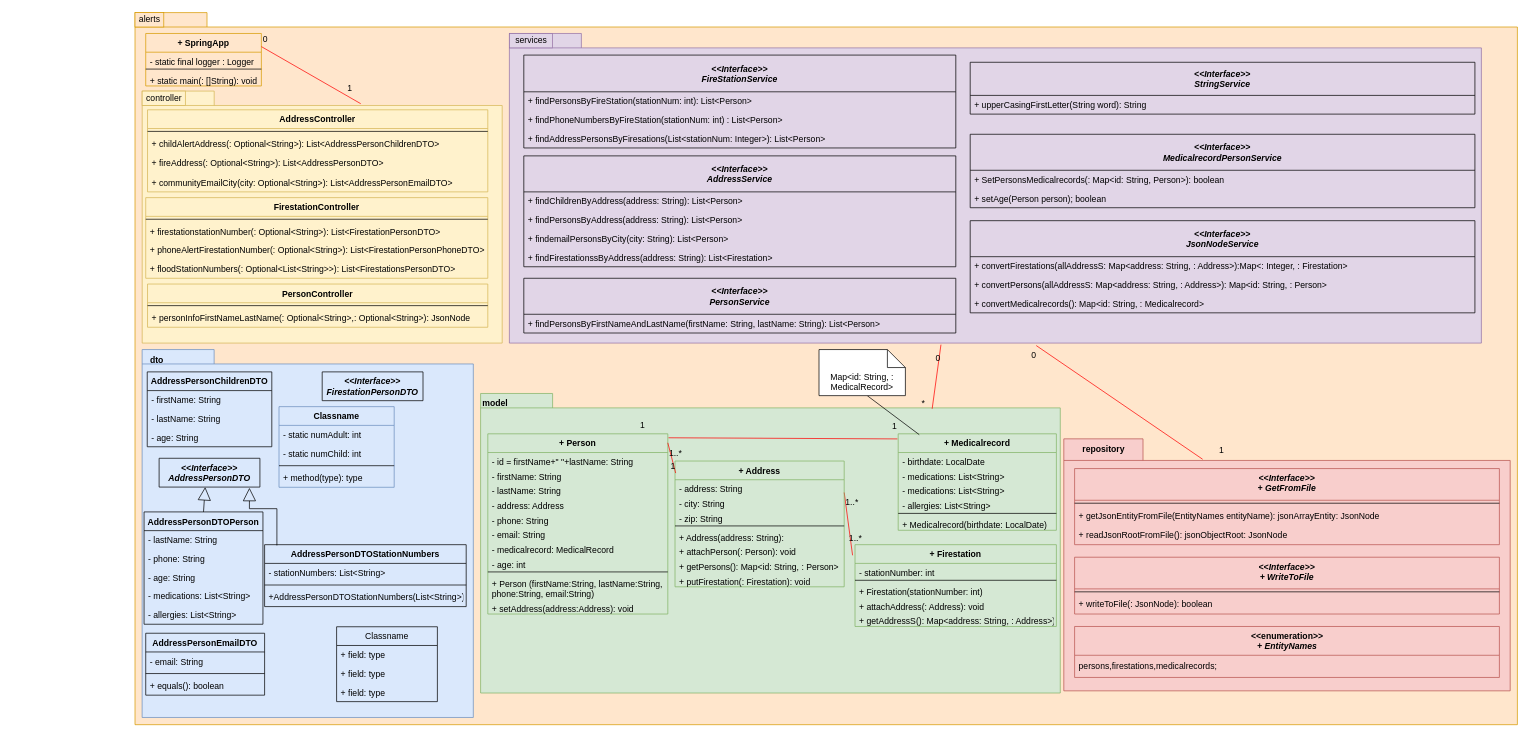
Before: page "ClassDiagram1" (1 of 2) of UML/classDiagram.drawio in andrechico999/https-github.com-emmo78-com.safetynet.alerts, a draw.io diagram. Source tidied: cells renumbered, new cells numbered last; positions are measured from the earlier drawing's top-left corner, leaving out a move shared by most shapes. Both pictures are drawn from the tidied source at 72%, with x=0, y=0 at pixel (120, 12).
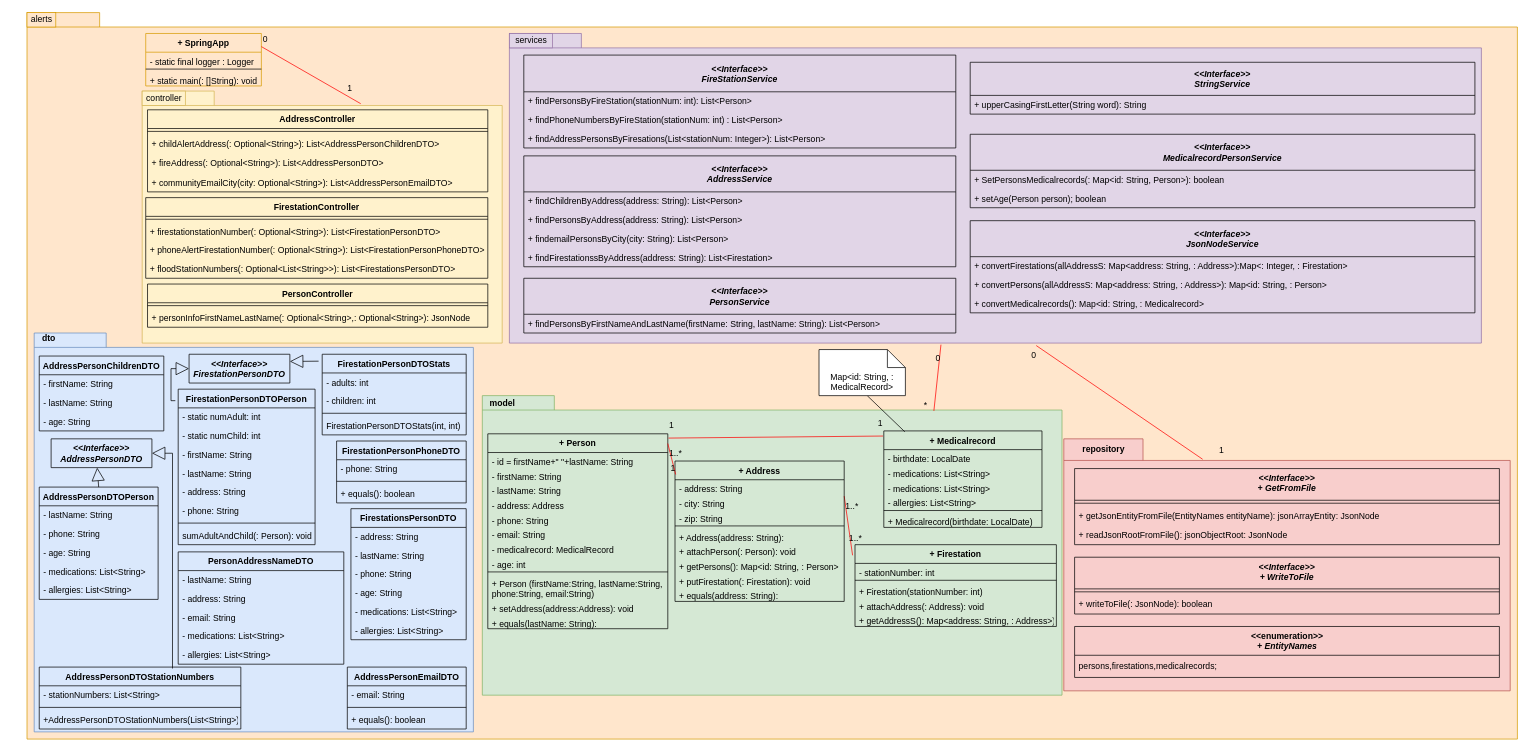
The same diagram, later.

Change to the diagram source:
```diff
@@
     <mxCell id="3" style="shape=folder;fontStyle=1;spacingTop=10;tabWidth=100;tabHeight=20;tabPosition=left;html=1;fillColor=#ffe6cc;strokeColor=#d79b00;" parent="1" vertex="1">
-      <mxGeometry x="20" width="1920" height="989" as="geometry" />
+      <mxGeometry x="-130" width="2070" height="1009" as="geometry" />
     </mxCell>
     <mxCell id="4" value="alerts" style="text;html=1;align=center;verticalAlign=middle;strokeColor=#d79b00;fillColor=#ffe6cc;gradientColor=none;glass=0;" parent="1" vertex="1">
-      <mxGeometry x="20" width="40" height="20" as="geometry" />
+      <mxGeometry x="-130" width="40" height="20" as="geometry" />
     </mxCell>
@@
     <mxCell id="12" style="shape=folder;fontStyle=1;spacingTop=10;tabWidth=100;tabHeight=20;tabPosition=left;html=1;fillColor=#d5e8d4;strokeColor=#82b366;" parent="1" vertex="1">
-      <mxGeometry x="500" y="529" width="805.1" height="416" as="geometry" />
+      <mxGeometry x="502.4" y="532" width="805.1" height="416" as="geometry" />
     </mxCell>
-    <mxCell id="13" value="+ Person" style="swimlane;fontStyle=1;align=center;verticalAlign=top;horizontal=1;startSize=26;fillColor=#d5e8d4;strokeColor=#82b366;" parent="1" vertex="1">
-      <mxGeometry x="510" y="585" width="250" height="250.3" as="geometry" />
+    <mxCell id="13" value="+ Person" style="swimlane;fontStyle=1;align=center;verticalAlign=top;horizontal=1;startSize=26;fillColor=#d5e8d4;strokeColor=#000000;" parent="1" vertex="1">
+      <mxGeometry x="510" y="585" width="250" height="270.7" as="geometry" />
     </mxCell>
@@
+    <mxCell id="146" value="+ equals(lastName: String):" style="text;strokeColor=none;fillColor=none;align=left;verticalAlign=top;spacingLeft=4;spacingRight=4;overflow=hidden;" parent="13" vertex="1">
+      <mxGeometry y="250.3" width="250" height="20.3" as="geometry" />
+    </mxCell>
-    <mxCell id="25" value="+ Medicalrecord" style="swimlane;fontStyle=1;align=center;verticalAlign=top;horizontal=1;startSize=26;fillColor=#d5e8d4;strokeColor=#82b366;" parent="1" vertex="1">
-      <mxGeometry x="1080" y="585" width="219.7" height="134" as="geometry" />
+    <mxCell id="25" value="+ Medicalrecord" style="swimlane;fontStyle=1;align=center;verticalAlign=top;horizontal=1;startSize=26;fillColor=#d5e8d4;strokeColor=#000000;" parent="1" vertex="1">
+      <mxGeometry x="1060" y="581" width="219.7" height="134" as="geometry" />
     </mxCell>
@@
-    <mxCell id="34" value="+ Firestation" style="swimlane;fontStyle=1;align=center;verticalAlign=top;horizontal=1;startSize=26;fillColor=#d5e8d4;strokeColor=#82b366;" parent="1" vertex="1">
+    <mxCell id="34" value="+ Firestation" style="swimlane;fontStyle=1;align=center;verticalAlign=top;horizontal=1;startSize=26;fillColor=#d5e8d4;strokeColor=#000000;" parent="1" vertex="1">
       <mxGeometry x="1020" y="739" width="279.7" height="113.6" as="geometry" />
     </mxCell>
@@
-    <mxCell id="44" value="AddressController" style="swimlane;fontStyle=1;align=center;verticalAlign=top;horizontal=1;startSize=26;fillColor=#fff2cc;strokeColor=#d6b656;" parent="1" vertex="1">
+    <mxCell id="44" value="AddressController" style="swimlane;fontStyle=1;align=center;verticalAlign=top;horizontal=1;startSize=26;fillColor=#fff2cc;strokeColor=#000000;" parent="1" vertex="1">
       <mxGeometry x="37.4" y="135" width="472.6" height="114" as="geometry" />
     </mxCell>
@@
     <mxCell id="64" value="1" style="html=1;align=left;verticalAlign=top;labelBackgroundColor=none;glass=0;gradientColor=none;" parent="1" vertex="1">
-      <mxGeometry x="720" y="559" as="geometry" />
+      <mxGeometry x="760" y="559" as="geometry" />
     </mxCell>
@@
-    <mxCell id="75" value="+ Address" style="swimlane;fontStyle=1;align=center;verticalAlign=top;horizontal=1;startSize=26;fillColor=#d5e8d4;strokeColor=#82b366;" parent="1" vertex="1">
-      <mxGeometry x="770" y="622.8" width="235" height="174.7" as="geometry" />
+    <mxCell id="75" value="+ Address" style="swimlane;fontStyle=1;align=center;verticalAlign=top;horizontal=1;startSize=26;fillColor=#d5e8d4;strokeColor=#000000;" parent="1" vertex="1">
+      <mxGeometry x="770" y="622.8" width="235" height="195" as="geometry" />
     </mxCell>
@@
+    <mxCell id="147" value="+ equals(address: String):" style="text;strokeColor=none;fillColor=none;align=left;verticalAlign=top;spacingLeft=4;spacingRight=4;overflow=hidden;" parent="75" vertex="1">
+      <mxGeometry y="174.7" width="235" height="20.3" as="geometry" />
+    </mxCell>
@@
-    <mxCell id="95" value="&lt;&lt;Interface&gt;&gt;&#10;+ GetFromFile" style="swimlane;fontStyle=3;align=center;verticalAlign=top;horizontal=1;startSize=44;fontSize=12;fillColor=#f8cecc;strokeColor=#b85450;" parent="1" vertex="1">
+    <mxCell id="95" value="&lt;&lt;Interface&gt;&gt;&#10;+ GetFromFile" style="swimlane;fontStyle=3;align=center;verticalAlign=top;horizontal=1;startSize=44;fontSize=12;fillColor=#f8cecc;strokeColor=#000000;" parent="1" vertex="1">
       <mxGeometry x="1325" y="633.3" width="590" height="105.7" as="geometry" />
     </mxCell>
@@
-    <mxCell id="99" value="&lt;&lt;Interface&gt;&gt;&#10;+ WriteToFile" style="swimlane;fontStyle=3;align=center;verticalAlign=top;horizontal=1;startSize=44;fontSize=12;fillColor=#f8cecc;strokeColor=#b85450;" parent="1" vertex="1">
+    <mxCell id="99" value="&lt;&lt;Interface&gt;&gt;&#10;+ WriteToFile" style="swimlane;fontStyle=3;align=center;verticalAlign=top;horizontal=1;startSize=44;fontSize=12;fillColor=#f8cecc;strokeColor=#000000;" parent="1" vertex="1">
       <mxGeometry x="1325" y="756.4" width="590" height="78.9" as="geometry" />
     </mxCell>
@@
-    <mxCell id="102" value="&lt;b&gt;&amp;lt;&amp;lt;enumeration&amp;gt;&amp;gt;&lt;br&gt;&lt;i style=&quot;&quot;&gt;+&amp;nbsp;EntityNames&lt;/i&gt;&lt;/b&gt;" style="swimlane;fontStyle=0;align=center;verticalAlign=top;horizontal=1;startSize=40;html=1;fillColor=#f8cecc;strokeColor=#b85450;" parent="1" vertex="1">
+    <mxCell id="102" value="&lt;b&gt;&amp;lt;&amp;lt;enumeration&amp;gt;&amp;gt;&lt;br&gt;&lt;i style=&quot;&quot;&gt;+&amp;nbsp;EntityNames&lt;/i&gt;&lt;/b&gt;" style="swimlane;fontStyle=0;align=center;verticalAlign=top;horizontal=1;startSize=40;html=1;fillColor=#f8cecc;strokeColor=#000000;" parent="1" vertex="1">
       <mxGeometry x="1325" y="852.6" width="590" height="70.8" as="geometry" />
     </mxCell>
@@
-    <mxCell id="104" value="FirestationController" style="swimlane;fontStyle=1;align=center;verticalAlign=top;horizontal=1;startSize=26;fillColor=#fff2cc;strokeColor=#d6b656;" parent="1" vertex="1">
+    <mxCell id="104" value="FirestationController" style="swimlane;fontStyle=1;align=center;verticalAlign=top;horizontal=1;startSize=26;fillColor=#fff2cc;strokeColor=#000000;" parent="1" vertex="1">
       <mxGeometry x="34.9" y="257" width="475.1" height="112" as="geometry" />
     </mxCell>
@@
-    <mxCell id="109" value="PersonController" style="swimlane;fontStyle=1;align=center;verticalAlign=top;horizontal=1;startSize=26;fillColor=#fff2cc;strokeColor=#d6b656;" parent="1" vertex="1">
+    <mxCell id="109" value="PersonController" style="swimlane;fontStyle=1;align=center;verticalAlign=top;horizontal=1;startSize=26;fillColor=#fff2cc;strokeColor=#000000;" parent="1" vertex="1">
       <mxGeometry x="37.4" y="377" width="472.6" height="60" as="geometry" />
     </mxCell>
@@
     <mxCell id="112" value="&lt;span style=&quot;font-size: 12px;&quot;&gt;model&lt;/span&gt;" style="text;strokeColor=none;fillColor=none;html=1;fontSize=24;fontStyle=1;verticalAlign=middle;align=center;" parent="1" vertex="1">
-      <mxGeometry x="470" y="519" width="100" height="40" as="geometry" />
+      <mxGeometry x="480" y="519" width="100" height="40" as="geometry" />
     </mxCell>
     <mxCell id="113" style="shape=folder;fontStyle=1;spacingTop=10;tabWidth=100;tabHeight=20;tabPosition=left;html=1;fillColor=#dae8fc;strokeColor=#6c8ebf;" parent="1" vertex="1">
-      <mxGeometry x="29.9" y="468" width="460" height="511" as="geometry" />
+      <mxGeometry x="-120" y="445" width="610" height="554" as="geometry" />
     </mxCell>
     <mxCell id="114" value="&lt;span style=&quot;font-size: 12px;&quot;&gt;dto&lt;/span&gt;" style="text;strokeColor=none;fillColor=none;html=1;fontSize=24;fontStyle=1;verticalAlign=middle;align=center;" parent="1" vertex="1">
-      <mxGeometry y="459" width="100" height="40" as="geometry" />
+      <mxGeometry x="-150" y="428" width="100" height="40" as="geometry" />
     </mxCell>
     <mxCell id="115" value="AddressPersonChildrenDTO" style="swimlane;fontStyle=1;horizontal=1;startSize=26;fillColor=none;" parent="1" vertex="1">
-      <mxGeometry x="37" y="499" width="173" height="104" as="geometry" />
+      <mxGeometry x="-113" y="477" width="173" height="104" as="geometry" />
     </mxCell>
@@
     <mxCell id="119" value="AddressPersonDTOPerson" style="swimlane;fontStyle=1;horizontal=1;startSize=26;fillColor=none;" parent="1" vertex="1">
-      <mxGeometry x="32.6" y="693.5" width="165.1" height="156" as="geometry" />
+      <mxGeometry x="-113" y="659" width="165.1" height="156" as="geometry" />
     </mxCell>
@@
     <mxCell id="125" value="&lt;&lt;Interface&gt;&gt;&#10;AddressPersonDTO" style="swimlane;fontStyle=3;horizontal=1;startSize=40;fillColor=none;" parent="1" vertex="1">
-      <mxGeometry x="53.5" y="619" width="140" height="40" as="geometry" />
+      <mxGeometry x="-96.5" y="592" width="140" height="40" as="geometry" />
     </mxCell>
@@
-    <mxCell id="127" style="endArrow=block;endSize=16;endFill=0;html=1;rounded=0;exitX=0.061;exitY=0.012;exitDx=0;exitDy=0;entryX=0.896;entryY=1.025;entryDx=0;entryDy=0;entryPerimeter=0;edgeStyle=orthogonalEdgeStyle;exitPerimeter=0;" parent="1" edge="1" source="128" target="125">
-      <mxGeometry y="20" relative="1" as="geometry">
-        <Array as="points">
-          <mxPoint x="217" y="689" />
-          <mxPoint x="179" y="689" />
-        </Array>
-      </mxGeometry>
+    <mxCell id="127" style="endArrow=block;endSize=16;endFill=0;html=1;rounded=0;exitX=0.661;exitY=0.023;exitDx=0;exitDy=0;entryX=1;entryY=0.5;entryDx=0;entryDy=0;exitPerimeter=0;edgeStyle=orthogonalEdgeStyle;" parent="1" edge="1" source="128" target="125">
+      <mxGeometry y="20" relative="1" as="geometry" />
     </mxCell>
     <mxCell id="128" value="AddressPersonDTOStationNumbers" style="swimlane;fontStyle=1;horizontal=1;startSize=26;fillColor=none;" parent="1" vertex="1">
-      <mxGeometry x="200" y="739" width="280" height="86" as="geometry" />
+      <mxGeometry x="-113" y="909" width="280" height="86" as="geometry" />
     </mxCell>
@@
-    <mxCell id="132" value="Classname" style="swimlane;fontStyle=0;horizontal=1;startSize=26;fillColor=none;" parent="1" vertex="1">
-      <mxGeometry x="300" y="853" width="140" height="104" as="geometry" />
-    </mxCell>
-    <mxCell id="133" value="+ field: type" style="text;strokeColor=none;fillColor=none;align=left;verticalAlign=top;spacingLeft=4;spacingRight=4;overflow=hidden;" parent="132" vertex="1">
-      <mxGeometry y="26" width="140" height="26" as="geometry" />
-    </mxCell>
-    <mxCell id="134" value="+ field: type" style="text;strokeColor=none;fillColor=none;align=left;verticalAlign=top;spacingLeft=4;spacingRight=4;overflow=hidden;" parent="132" vertex="1">
-      <mxGeometry y="52" width="140" height="26" as="geometry" />
-    </mxCell>
-    <mxCell id="135" value="+ field: type" style="text;strokeColor=none;fillColor=none;align=left;verticalAlign=top;spacingLeft=4;spacingRight=4;overflow=hidden;" parent="132" vertex="1">
-      <mxGeometry y="78" width="140" height="26" as="geometry" />
-    </mxCell>
     <mxCell id="136" value="AddressPersonEmailDTO" style="swimlane;fontStyle=1;horizontal=1;startSize=26;fillColor=none;" parent="1" vertex="1">
-      <mxGeometry x="34.9" y="862" width="165.1" height="86" as="geometry" />
+      <mxGeometry x="314.9" y="909" width="165.1" height="86" as="geometry" />
     </mxCell>
@@
     <mxCell id="140" value="&lt;&lt;Interface&gt;&gt;&#10;FirestationPersonDTO" style="swimlane;fontStyle=3;horizontal=1;startSize=40;fillColor=none;" parent="1" vertex="1">
-      <mxGeometry x="280" y="499" width="140" height="40" as="geometry" />
+      <mxGeometry x="95.1" y="474.5" width="140" height="40" as="geometry" />
     </mxCell>
+    <mxCell id="148" style="endArrow=block;endSize=16;endFill=0;html=1;rounded=0;exitX=-0.021;exitY=0.074;exitDx=0;exitDy=0;exitPerimeter=0;entryX=0;entryY=0.5;entryDx=0;entryDy=0;edgeStyle=orthogonalEdgeStyle;" parent="1" edge="1" source="141" target="140">
+      <mxGeometry y="20" relative="1" as="geometry">
+        <Array as="points">
+          <mxPoint x="70" y="539" />
+          <mxPoint x="70" y="495" />
+        </Array>
+      </mxGeometry>
+    </mxCell>
+    <mxCell id="149" value="FirestationPersonDTOStats" style="swimlane;fontStyle=1;horizontal=1;startSize=26;fillColor=none;" parent="1" vertex="1">
+      <mxGeometry x="280" y="474.5" width="200" height="112" as="geometry" />
+    </mxCell>
+    <mxCell id="150" value="- adults: int" style="text;strokeColor=none;fillColor=none;align=left;verticalAlign=top;spacingLeft=4;spacingRight=4;overflow=hidden;" parent="149" vertex="1">
+      <mxGeometry y="26" width="200" height="26" as="geometry" />
+    </mxCell>
+    <mxCell id="143" value="- children: int" style="text;strokeColor=none;fillColor=none;align=left;verticalAlign=top;spacingLeft=4;spacingRight=4;overflow=hidden;" parent="149" vertex="1">
+      <mxGeometry y="52" width="200" height="26" as="geometry" />
+    </mxCell>
+    <mxCell id="151" style="line;strokeWidth=1;fillColor=none;align=left;verticalAlign=middle;spacingTop=-1;spacingLeft=3;spacingRight=3;labelPosition=right;" parent="149" vertex="1">
+      <mxGeometry y="78" width="200" height="8" as="geometry" />
+    </mxCell>
+    <mxCell id="152" value="FirestationPersonDTOStats(int, int)" style="text;strokeColor=none;fillColor=none;align=left;verticalAlign=top;spacingLeft=4;spacingRight=4;overflow=hidden;fontStyle=0;" parent="149" vertex="1">
+      <mxGeometry y="86" width="200" height="26" as="geometry" />
+    </mxCell>
+    <mxCell id="153" style="edgeStyle=none;rounded=0;orthogonalLoop=1;jettySize=auto;html=1;exitX=1;exitY=0.75;exitDx=0;exitDy=0;" parent="1" edge="1" source="114" target="114">
+      <mxGeometry relative="1" as="geometry" />
+    </mxCell>
+    <mxCell id="154" style="endArrow=block;endSize=16;endFill=0;html=1;rounded=0;exitX=-0.025;exitY=0.086;exitDx=0;exitDy=0;entryX=1;entryY=0.25;entryDx=0;entryDy=0;exitPerimeter=0;" parent="1" edge="1" source="149" target="140">
+      <mxGeometry y="20" relative="1" as="geometry" />
+    </mxCell>
-    <mxCell id="141" value="Classname" style="swimlane;fontStyle=1;align=center;verticalAlign=top;horizontal=1;startSize=26;fillColor=#dae8fc;strokeColor=#6c8ebf;" parent="1" vertex="1">
-      <mxGeometry x="220" y="547.3" width="160" height="112" as="geometry" />
+    <mxCell id="141" value="FirestationPersonDTOPerson" style="swimlane;fontStyle=1;align=center;verticalAlign=top;horizontal=1;startSize=26;fillColor=#dae8fc;strokeColor=#000000;" parent="1" vertex="1">
+      <mxGeometry x="80" y="523" width="190.1" height="216" as="geometry" />
     </mxCell>
     <mxCell id="142" value="- static numAdult: int" style="text;strokeColor=none;fillColor=none;align=left;verticalAlign=top;spacingLeft=4;spacingRight=4;overflow=hidden;" parent="141" vertex="1">
-      <mxGeometry y="26" width="160" height="26" as="geometry" />
+      <mxGeometry y="26" width="190.1" height="26" as="geometry" />
     </mxCell>
-    <mxCell id="143" value="- static numChild: int" style="text;strokeColor=none;fillColor=none;align=left;verticalAlign=top;spacingLeft=4;spacingRight=4;overflow=hidden;" parent="141" vertex="1">
-      <mxGeometry y="52" width="160" height="26" as="geometry" />
-    </mxCell>
+    <mxCell id="155" value="- static numChild: int" style="text;strokeColor=none;fillColor=none;align=left;verticalAlign=top;spacingLeft=4;spacingRight=4;overflow=hidden;" parent="141" vertex="1">
+      <mxGeometry y="52" width="190.1" height="26" as="geometry" />
+    </mxCell>
+    <mxCell id="156" value="- firstName: String" style="text;strokeColor=none;fillColor=none;align=left;verticalAlign=top;spacingLeft=4;spacingRight=4;overflow=hidden;" parent="141" vertex="1">
+      <mxGeometry y="78" width="190.1" height="26" as="geometry" />
+    </mxCell>
+    <mxCell id="157" value="- lastName: String" style="text;strokeColor=none;fillColor=none;align=left;verticalAlign=top;spacingLeft=4;spacingRight=4;overflow=hidden;" parent="141" vertex="1">
+      <mxGeometry y="104" width="190.1" height="26" as="geometry" />
+    </mxCell>
+    <mxCell id="158" value="- address: String" style="text;strokeColor=none;fillColor=none;align=left;verticalAlign=top;spacingLeft=4;spacingRight=4;overflow=hidden;" parent="141" vertex="1">
+      <mxGeometry y="130" width="190.1" height="26" as="geometry" />
+    </mxCell>
+    <mxCell id="159" value="- phone: String" style="text;strokeColor=none;fillColor=none;align=left;verticalAlign=top;spacingLeft=4;spacingRight=4;overflow=hidden;" parent="141" vertex="1">
+      <mxGeometry y="156" width="190.1" height="26" as="geometry" />
+    </mxCell>
     <mxCell id="144" style="line;strokeWidth=1;fillColor=none;align=left;verticalAlign=middle;spacingTop=-1;spacingLeft=3;spacingRight=3;labelPosition=right;" parent="141" vertex="1">
-      <mxGeometry y="78" width="160" height="8" as="geometry" />
+      <mxGeometry y="182" width="190.1" height="8" as="geometry" />
     </mxCell>
-    <mxCell id="145" value="+ method(type): type" style="text;strokeColor=none;fillColor=none;align=left;verticalAlign=top;spacingLeft=4;spacingRight=4;overflow=hidden;" parent="141" vertex="1">
-      <mxGeometry y="86" width="160" height="26" as="geometry" />
+    <mxCell id="145" value="sumAdultAndChild(: Person): void" style="text;strokeColor=none;fillColor=none;align=left;verticalAlign=top;spacingLeft=4;spacingRight=4;overflow=hidden;" parent="141" vertex="1">
+      <mxGeometry y="190" width="190.1" height="26" as="geometry" />
     </mxCell>
+    <mxCell id="160" value="FirestationPersonPhoneDTO" style="swimlane;fontStyle=1;horizontal=1;startSize=26;fillColor=none;" parent="1" vertex="1">
+      <mxGeometry x="300" y="595" width="180" height="86" as="geometry" />
+    </mxCell>
+    <mxCell id="161" value="- phone: String" style="text;strokeColor=none;fillColor=none;align=left;verticalAlign=top;spacingLeft=4;spacingRight=4;overflow=hidden;" parent="160" vertex="1">
+      <mxGeometry y="26" width="180" height="26" as="geometry" />
+    </mxCell>
+    <mxCell id="162" style="line;strokeWidth=1;fillColor=none;align=left;verticalAlign=middle;spacingTop=-1;spacingLeft=3;spacingRight=3;labelPosition=right;" parent="160" vertex="1">
+      <mxGeometry y="52" width="180" height="8" as="geometry" />
+    </mxCell>
+    <mxCell id="163" value="+ equals(): boolean" style="text;strokeColor=none;fillColor=none;align=left;verticalAlign=top;spacingLeft=4;spacingRight=4;overflow=hidden;" parent="160" vertex="1">
+      <mxGeometry y="60" width="180" height="26" as="geometry" />
+    </mxCell>
+    <mxCell id="164" value="FirestationsPersonDTO" style="swimlane;fontStyle=1;align=center;verticalAlign=top;horizontal=1;startSize=26;fillColor=#dae8fc;strokeColor=#000000;" parent="1" vertex="1">
+      <mxGeometry x="319.9" y="689" width="160.1" height="182" as="geometry" />
+    </mxCell>
+    <mxCell id="165" value="- address: String" style="text;strokeColor=none;fillColor=none;align=left;verticalAlign=top;spacingLeft=4;spacingRight=4;overflow=hidden;" parent="164" vertex="1">
+      <mxGeometry y="26" width="160.1" height="26" as="geometry" />
+    </mxCell>
+    <mxCell id="166" value="- lastName: String" style="text;strokeColor=none;fillColor=none;align=left;verticalAlign=top;spacingLeft=4;spacingRight=4;overflow=hidden;" parent="164" vertex="1">
+      <mxGeometry y="52" width="160.1" height="26" as="geometry" />
+    </mxCell>
+    <mxCell id="167" value="- phone: String" style="text;strokeColor=none;fillColor=none;align=left;verticalAlign=top;spacingLeft=4;spacingRight=4;overflow=hidden;" parent="164" vertex="1">
+      <mxGeometry y="78" width="160.1" height="26" as="geometry" />
+    </mxCell>
+    <mxCell id="168" value="- age: String" style="text;strokeColor=none;fillColor=none;align=left;verticalAlign=top;spacingLeft=4;spacingRight=4;overflow=hidden;" parent="164" vertex="1">
+      <mxGeometry y="104" width="160.1" height="26" as="geometry" />
+    </mxCell>
+    <mxCell id="169" value="- medications: List&lt;String&gt;" style="text;strokeColor=none;fillColor=none;align=left;verticalAlign=top;spacingLeft=4;spacingRight=4;overflow=hidden;" parent="164" vertex="1">
+      <mxGeometry y="130" width="160.1" height="26" as="geometry" />
+    </mxCell>
+    <mxCell id="170" value="- allergies: List&lt;String&gt;" style="text;strokeColor=none;fillColor=none;align=left;verticalAlign=top;spacingLeft=4;spacingRight=4;overflow=hidden;" parent="164" vertex="1">
+      <mxGeometry y="156" width="160.1" height="26" as="geometry" />
+    </mxCell>
+    <mxCell id="171" value="PersonAddressNameDTO" style="swimlane;fontStyle=1;horizontal=1;startSize=26;fillColor=none;strokeColor=#000000;" parent="1" vertex="1">
+      <mxGeometry x="80" y="749" width="230" height="156" as="geometry" />
+    </mxCell>
+    <mxCell id="172" value="- lastName: String" style="text;strokeColor=none;fillColor=none;align=left;verticalAlign=top;spacingLeft=4;spacingRight=4;overflow=hidden;" parent="171" vertex="1">
+      <mxGeometry y="26" width="230" height="26" as="geometry" />
+    </mxCell>
+    <mxCell id="173" value="- address: String" style="text;strokeColor=none;fillColor=none;align=left;verticalAlign=top;spacingLeft=4;spacingRight=4;overflow=hidden;" parent="171" vertex="1">
+      <mxGeometry y="52" width="230" height="26" as="geometry" />
+    </mxCell>
+    <mxCell id="174" value="- email: String" style="text;strokeColor=none;fillColor=none;align=left;verticalAlign=top;spacingLeft=4;spacingRight=4;overflow=hidden;" parent="171" vertex="1">
+      <mxGeometry y="78" width="230" height="26" as="geometry" />
+    </mxCell>
+    <mxCell id="175" value="- medications: List&lt;String&gt;" style="text;strokeColor=none;fillColor=none;align=left;verticalAlign=top;spacingLeft=4;spacingRight=4;overflow=hidden;" parent="171" vertex="1">
+      <mxGeometry y="104" width="230" height="26" as="geometry" />
+    </mxCell>
+    <mxCell id="176" value="- allergies: List&lt;String&gt;" style="text;strokeColor=none;fillColor=none;align=left;verticalAlign=top;spacingLeft=4;spacingRight=4;overflow=hidden;" parent="171" vertex="1">
+      <mxGeometry y="130" width="230" height="26" as="geometry" />
+    </mxCell>
```
